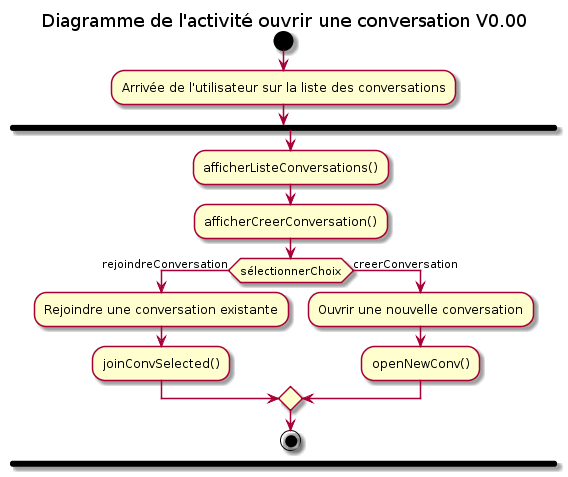
Before: DC/diagrammes/activity-convList-diag.png, a diagram exported from PlantUML (gdarchen/WhatsASI).
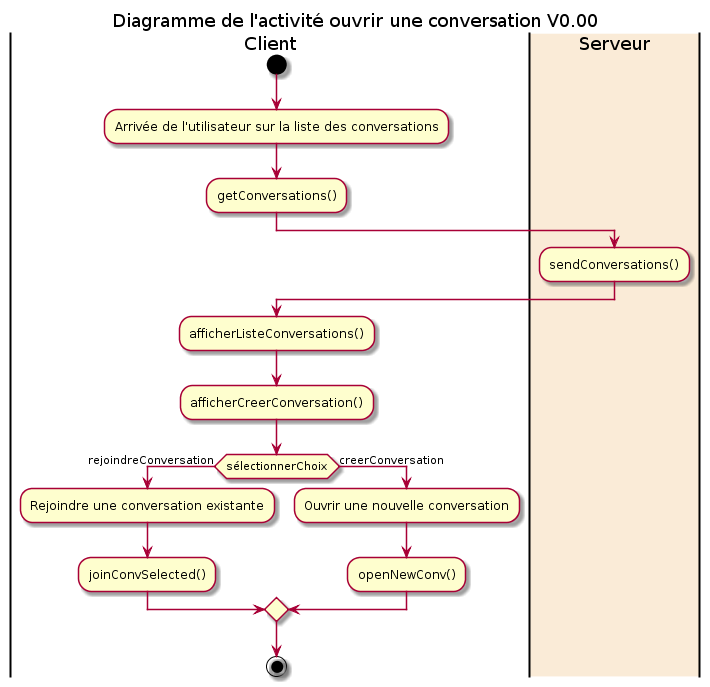
Above is the later version.

Diff of the diagram source:
```diff
@@ -1,18 +1,22 @@
 @startuml
 title Diagramme de l'activité ouvrir une conversation V0.00
 
+|Client|
 start
 :Arrivée de l'utilisateur sur la liste des conversations;
-fork
-  :afficherListeConversations();
-  :afficherCreerConversation();
-  if (sélectionnerChoix) then (rejoindreConversation)
-   :Rejoindre une conversation existante;
-   :joinConvSelected();
-  else (creerConversation)
+:getConversations();
+|#AntiqueWhite|Serveur|
+:sendConversations();
+|Client|
+:afficherListeConversations();
+:afficherCreerConversation();
+if (sélectionnerChoix) then (rejoindreConversation)
+  :Rejoindre une conversation existante;
+  :joinConvSelected();
+ else (creerConversation)
    :Ouvrir une nouvelle conversation;
    :openNewConv();
-  endif
+endif
 
 stop
 @enduml
```
